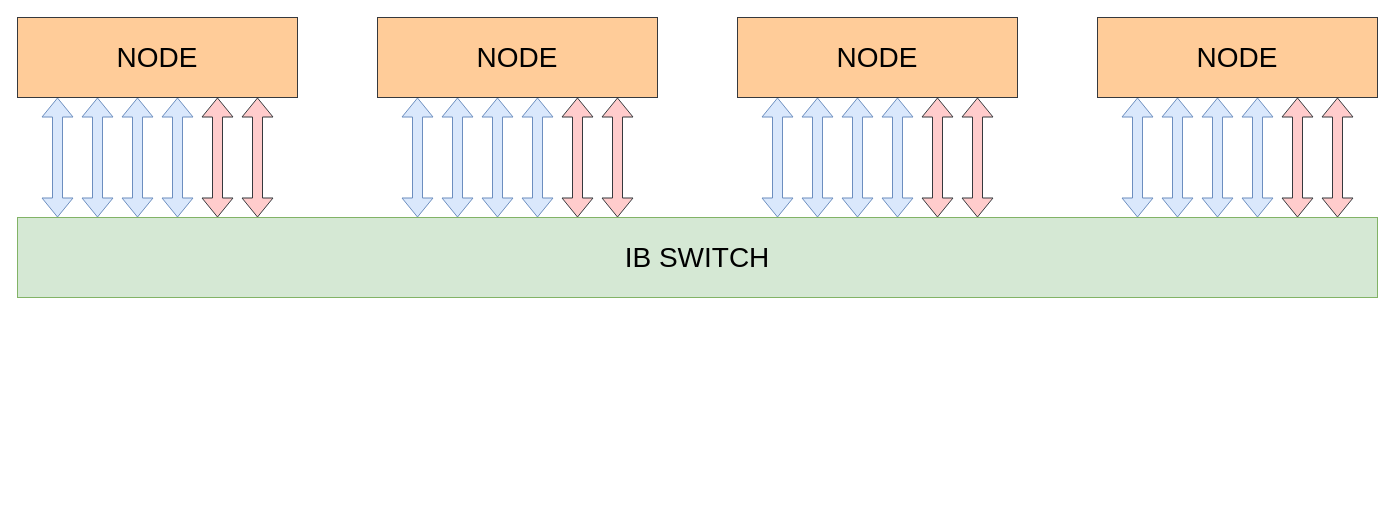
The draw.io diagram SuperNodeNet.drawio in BEYHHH/SBLP, before the edit. Source tidied: cells renumbered, new cells numbered last; positions are measured from the earlier drawing's top-left corner, leaving out a move shared by most shapes. Both pictures are drawn from the tidied source at 100%, with x=0, y=0 at pixel (17, 17).
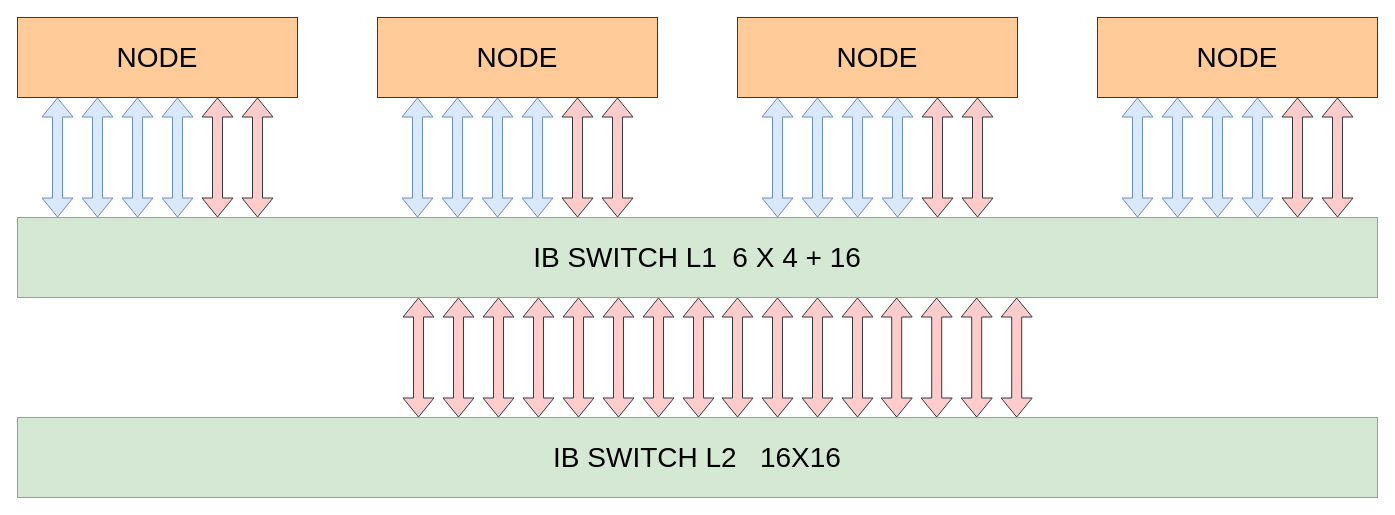
The same diagram, later.

The edit, as a diff of the source:
```diff
@@
-    <mxCell id="2" value="&lt;font style=&quot;font-size: 28px;&quot;&gt;IB SWITCH&lt;/font&gt;" style="rounded=0;whiteSpace=wrap;html=1;fillColor=#d5e8d4;strokeColor=#82b366;" parent="1" vertex="1">
+    <mxCell id="2" value="&lt;font style=&quot;font-size: 28px;&quot;&gt;IB SWITCH L1&amp;nbsp;&amp;nbsp;6 X 4 + 16&lt;br&gt;&lt;/font&gt;" style="rounded=0;whiteSpace=wrap;html=1;fillColor=#d5e8d4;strokeColor=#82b366;" parent="1" vertex="1">
       <mxGeometry y="200" width="1360" height="80" as="geometry" />
     </mxCell>
@@
+    <mxCell id="31" style="shape=flexArrow;endArrow=classic;startArrow=classic;html=1;rounded=0;entryX=0.5;entryY=1;entryDx=0;entryDy=0;exitX=0.131;exitY=0;exitDx=0;exitDy=0;exitPerimeter=0;fillColor=#ffcccc;strokeColor=#36393d;" parent="1" edge="1">
+      <mxGeometry relative="1" as="geometry">
+        <mxPoint x="401" y="400" as="sourcePoint" />
+        <mxPoint x="401" y="280" as="targetPoint" />
+      </mxGeometry>
+    </mxCell>
+    <mxCell id="32" style="shape=flexArrow;endArrow=classic;startArrow=classic;html=1;rounded=0;entryX=0.5;entryY=1;entryDx=0;entryDy=0;exitX=0.131;exitY=0;exitDx=0;exitDy=0;exitPerimeter=0;fillColor=#ffcccc;strokeColor=#36393d;" parent="1" edge="1">
+      <mxGeometry relative="1" as="geometry">
+        <mxPoint x="441" y="400" as="sourcePoint" />
+        <mxPoint x="441" y="280" as="targetPoint" />
+      </mxGeometry>
+    </mxCell>
+    <mxCell id="33" style="shape=flexArrow;endArrow=classic;startArrow=classic;html=1;rounded=0;entryX=0.5;entryY=1;entryDx=0;entryDy=0;exitX=0.131;exitY=0;exitDx=0;exitDy=0;exitPerimeter=0;fillColor=#ffcccc;strokeColor=#36393d;" parent="1" edge="1">
+      <mxGeometry relative="1" as="geometry">
+        <mxPoint x="481" y="400" as="sourcePoint" />
+        <mxPoint x="481" y="280" as="targetPoint" />
+      </mxGeometry>
+    </mxCell>
+    <mxCell id="34" style="shape=flexArrow;endArrow=classic;startArrow=classic;html=1;rounded=0;entryX=0.5;entryY=1;entryDx=0;entryDy=0;exitX=0.131;exitY=0;exitDx=0;exitDy=0;exitPerimeter=0;fillColor=#ffcccc;strokeColor=#36393d;" parent="1" edge="1">
+      <mxGeometry relative="1" as="geometry">
+        <mxPoint x="521" y="400" as="sourcePoint" />
+        <mxPoint x="521" y="280" as="targetPoint" />
+      </mxGeometry>
+    </mxCell>
+    <mxCell id="35" style="shape=flexArrow;endArrow=classic;startArrow=classic;html=1;rounded=0;entryX=0.5;entryY=1;entryDx=0;entryDy=0;exitX=0.131;exitY=0;exitDx=0;exitDy=0;exitPerimeter=0;fillColor=#ffcccc;strokeColor=#36393d;" parent="1" edge="1">
+      <mxGeometry relative="1" as="geometry">
+        <mxPoint x="561" y="400" as="sourcePoint" />
+        <mxPoint x="561" y="280" as="targetPoint" />
+      </mxGeometry>
+    </mxCell>
+    <mxCell id="36" style="shape=flexArrow;endArrow=classic;startArrow=classic;html=1;rounded=0;entryX=0.5;entryY=1;entryDx=0;entryDy=0;exitX=0.131;exitY=0;exitDx=0;exitDy=0;exitPerimeter=0;fillColor=#ffcccc;strokeColor=#36393d;" parent="1" edge="1">
+      <mxGeometry relative="1" as="geometry">
+        <mxPoint x="601" y="400" as="sourcePoint" />
+        <mxPoint x="601" y="280" as="targetPoint" />
+      </mxGeometry>
+    </mxCell>
+    <mxCell id="37" style="shape=flexArrow;endArrow=classic;startArrow=classic;html=1;rounded=0;entryX=0.5;entryY=1;entryDx=0;entryDy=0;exitX=0.131;exitY=0;exitDx=0;exitDy=0;exitPerimeter=0;fillColor=#ffcccc;strokeColor=#36393d;" parent="1" edge="1">
+      <mxGeometry relative="1" as="geometry">
+        <mxPoint x="641" y="400" as="sourcePoint" />
+        <mxPoint x="641" y="280" as="targetPoint" />
+      </mxGeometry>
+    </mxCell>
+    <mxCell id="38" style="shape=flexArrow;endArrow=classic;startArrow=classic;html=1;rounded=0;entryX=0.5;entryY=1;entryDx=0;entryDy=0;exitX=0.131;exitY=0;exitDx=0;exitDy=0;exitPerimeter=0;fillColor=#ffcccc;strokeColor=#36393d;" parent="1" edge="1">
+      <mxGeometry relative="1" as="geometry">
+        <mxPoint x="681" y="400" as="sourcePoint" />
+        <mxPoint x="681" y="280" as="targetPoint" />
+      </mxGeometry>
+    </mxCell>
+    <mxCell id="39" style="shape=flexArrow;endArrow=classic;startArrow=classic;html=1;rounded=0;entryX=0.5;entryY=1;entryDx=0;entryDy=0;exitX=0.131;exitY=0;exitDx=0;exitDy=0;exitPerimeter=0;fillColor=#ffcccc;strokeColor=#36393d;" parent="1" edge="1">
+      <mxGeometry relative="1" as="geometry">
+        <mxPoint x="720" y="400" as="sourcePoint" />
+        <mxPoint x="720" y="280" as="targetPoint" />
+      </mxGeometry>
+    </mxCell>
+    <mxCell id="40" style="shape=flexArrow;endArrow=classic;startArrow=classic;html=1;rounded=0;entryX=0.5;entryY=1;entryDx=0;entryDy=0;exitX=0.131;exitY=0;exitDx=0;exitDy=0;exitPerimeter=0;fillColor=#ffcccc;strokeColor=#36393d;" parent="1" edge="1">
+      <mxGeometry relative="1" as="geometry">
+        <mxPoint x="760" y="400" as="sourcePoint" />
+        <mxPoint x="760" y="280" as="targetPoint" />
+      </mxGeometry>
+    </mxCell>
+    <mxCell id="41" style="shape=flexArrow;endArrow=classic;startArrow=classic;html=1;rounded=0;entryX=0.5;entryY=1;entryDx=0;entryDy=0;exitX=0.131;exitY=0;exitDx=0;exitDy=0;exitPerimeter=0;fillColor=#ffcccc;strokeColor=#36393d;" parent="1" edge="1">
+      <mxGeometry relative="1" as="geometry">
+        <mxPoint x="800" y="400" as="sourcePoint" />
+        <mxPoint x="800" y="280" as="targetPoint" />
+      </mxGeometry>
+    </mxCell>
+    <mxCell id="42" style="shape=flexArrow;endArrow=classic;startArrow=classic;html=1;rounded=0;entryX=0.5;entryY=1;entryDx=0;entryDy=0;exitX=0.131;exitY=0;exitDx=0;exitDy=0;exitPerimeter=0;fillColor=#ffcccc;strokeColor=#36393d;" parent="1" edge="1">
+      <mxGeometry relative="1" as="geometry">
+        <mxPoint x="840" y="400" as="sourcePoint" />
+        <mxPoint x="840" y="280" as="targetPoint" />
+      </mxGeometry>
+    </mxCell>
+    <mxCell id="43" style="shape=flexArrow;endArrow=classic;startArrow=classic;html=1;rounded=0;entryX=0.5;entryY=1;entryDx=0;entryDy=0;exitX=0.131;exitY=0;exitDx=0;exitDy=0;exitPerimeter=0;fillColor=#ffcccc;strokeColor=#36393d;" parent="1" edge="1">
+      <mxGeometry relative="1" as="geometry">
+        <mxPoint x="879.2" y="400" as="sourcePoint" />
+        <mxPoint x="879.2" y="280" as="targetPoint" />
+      </mxGeometry>
+    </mxCell>
+    <mxCell id="44" style="shape=flexArrow;endArrow=classic;startArrow=classic;html=1;rounded=0;entryX=0.5;entryY=1;entryDx=0;entryDy=0;exitX=0.131;exitY=0;exitDx=0;exitDy=0;exitPerimeter=0;fillColor=#ffcccc;strokeColor=#36393d;" parent="1" edge="1">
+      <mxGeometry relative="1" as="geometry">
+        <mxPoint x="919.2" y="400" as="sourcePoint" />
+        <mxPoint x="919.2" y="280" as="targetPoint" />
+      </mxGeometry>
+    </mxCell>
+    <mxCell id="45" style="shape=flexArrow;endArrow=classic;startArrow=classic;html=1;rounded=0;entryX=0.5;entryY=1;entryDx=0;entryDy=0;exitX=0.131;exitY=0;exitDx=0;exitDy=0;exitPerimeter=0;fillColor=#ffcccc;strokeColor=#36393d;" parent="1" edge="1">
+      <mxGeometry relative="1" as="geometry">
+        <mxPoint x="959.2" y="400" as="sourcePoint" />
+        <mxPoint x="959.2" y="280" as="targetPoint" />
+      </mxGeometry>
+    </mxCell>
+    <mxCell id="46" style="shape=flexArrow;endArrow=classic;startArrow=classic;html=1;rounded=0;entryX=0.5;entryY=1;entryDx=0;entryDy=0;exitX=0.131;exitY=0;exitDx=0;exitDy=0;exitPerimeter=0;fillColor=#ffcccc;strokeColor=#36393d;" parent="1" edge="1">
+      <mxGeometry relative="1" as="geometry">
+        <mxPoint x="999.2" y="400" as="sourcePoint" />
+        <mxPoint x="999.2" y="280" as="targetPoint" />
+      </mxGeometry>
+    </mxCell>
+    <mxCell id="47" value="&lt;font style=&quot;font-size: 28px;&quot;&gt;IB SWITCH L2&amp;nbsp; &amp;nbsp;16X16&lt;/font&gt;" style="rounded=0;whiteSpace=wrap;html=1;fillColor=#d5e8d4;strokeColor=#82b366;" parent="1" vertex="1">
+      <mxGeometry y="400" width="1360" height="80" as="geometry" />
+    </mxCell>
```
